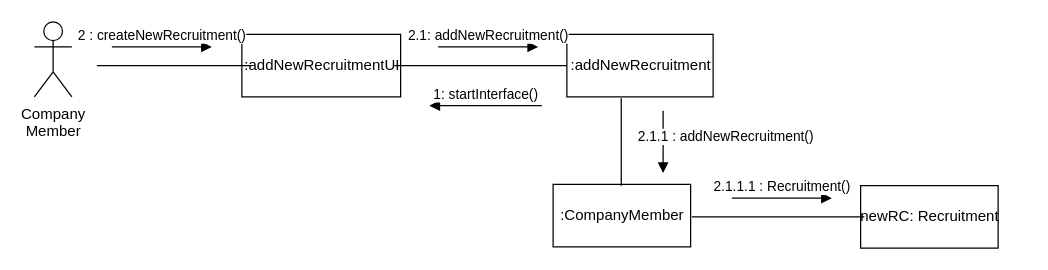
Before: B981008_김미래/채용정보등록.drawio in FinancialWorld16/SE_TEAM, a draw.io diagram. Source tidied: cells renumbered, new cells numbered last; positions are measured from the earlier drawing's top-left corner, leaving out a move shared by most shapes. Both pictures are drawn from the tidied source at 125%, with x=0, y=0 at pixel (34, 21).
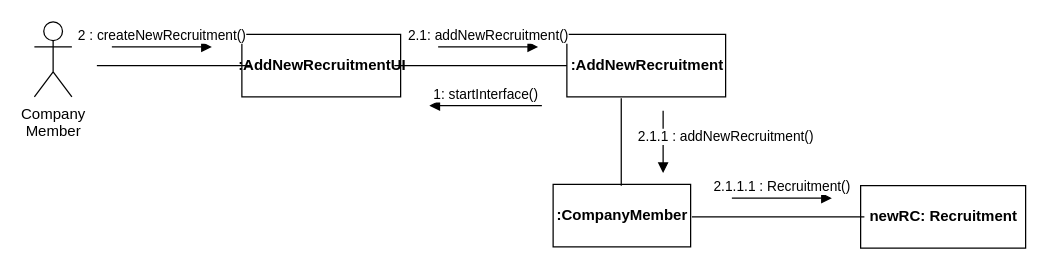
The same page after the edit.

What changed in the source:
```diff
@@
-    <mxCell id="3" value=":addNewRecruitmentUI" style="html=1;" parent="1" vertex="1">
+    <mxCell id="3" value=":AddNewRecruitmentUI" style="html=1;fontStyle=1;" parent="1" vertex="1">
       <mxGeometry x="166" y="10" width="127" height="50" as="geometry" />
     </mxCell>
-    <mxCell id="4" value=":addNewRecruitment" style="html=1;" parent="1" vertex="1">
-      <mxGeometry x="426" y="10" width="117" height="50" as="geometry" />
+    <mxCell id="4" value=":AddNewRecruitment" style="html=1;fontStyle=1;" parent="1" vertex="1">
+      <mxGeometry x="426" y="10" width="127" height="50" as="geometry" />
     </mxCell>
-    <mxCell id="5" value=":CompanyMember" style="html=1;" parent="1" vertex="1">
+    <mxCell id="5" value=":CompanyMember" style="html=1;fontStyle=1;" parent="1" vertex="1">
       <mxGeometry x="415" y="130" width="110" height="50" as="geometry" />
     </mxCell>
-    <mxCell id="6" value="newRC: Recruitment" style="html=1;" parent="1" vertex="1">
-      <mxGeometry x="661" y="131" width="110" height="50" as="geometry" />
+    <mxCell id="6" value="newRC: Recruitment" style="html=1;fontStyle=1;" parent="1" vertex="1">
+      <mxGeometry x="661" y="131" width="132" height="50" as="geometry" />
     </mxCell>
```
